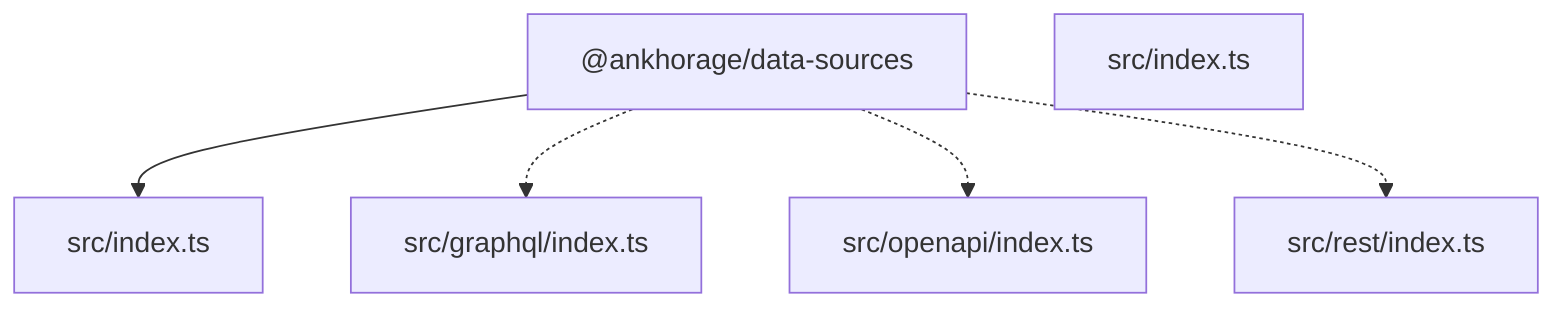
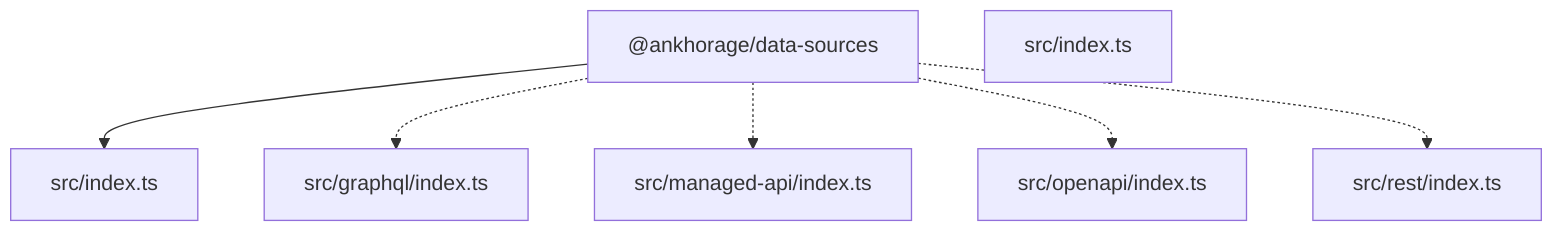
graph TD
  package__ankhorage_data_sources["@ankhorage/data-sources"]
  entrypoint_src_index_ts["src/index.ts"]
  package__ankhorage_data_sources --> entrypoint_src_index_ts
  module_src_graphql_index_ts["src/graphql/index.ts"]
  package__ankhorage_data_sources -.-> module_src_graphql_index_ts
  module_src_index_ts["src/index.ts"]
+   module_src_managed_api_index_ts["src/managed-api/index.ts"]
+   package__ankhorage_data_sources -.-> module_src_managed_api_index_ts
  module_src_openapi_index_ts["src/openapi/index.ts"]
  package__ankhorage_data_sources -.-> module_src_openapi_index_ts
  module_src_rest_index_ts["src/rest/index.ts"]
  package__ankhorage_data_sources -.-> module_src_rest_index_ts
